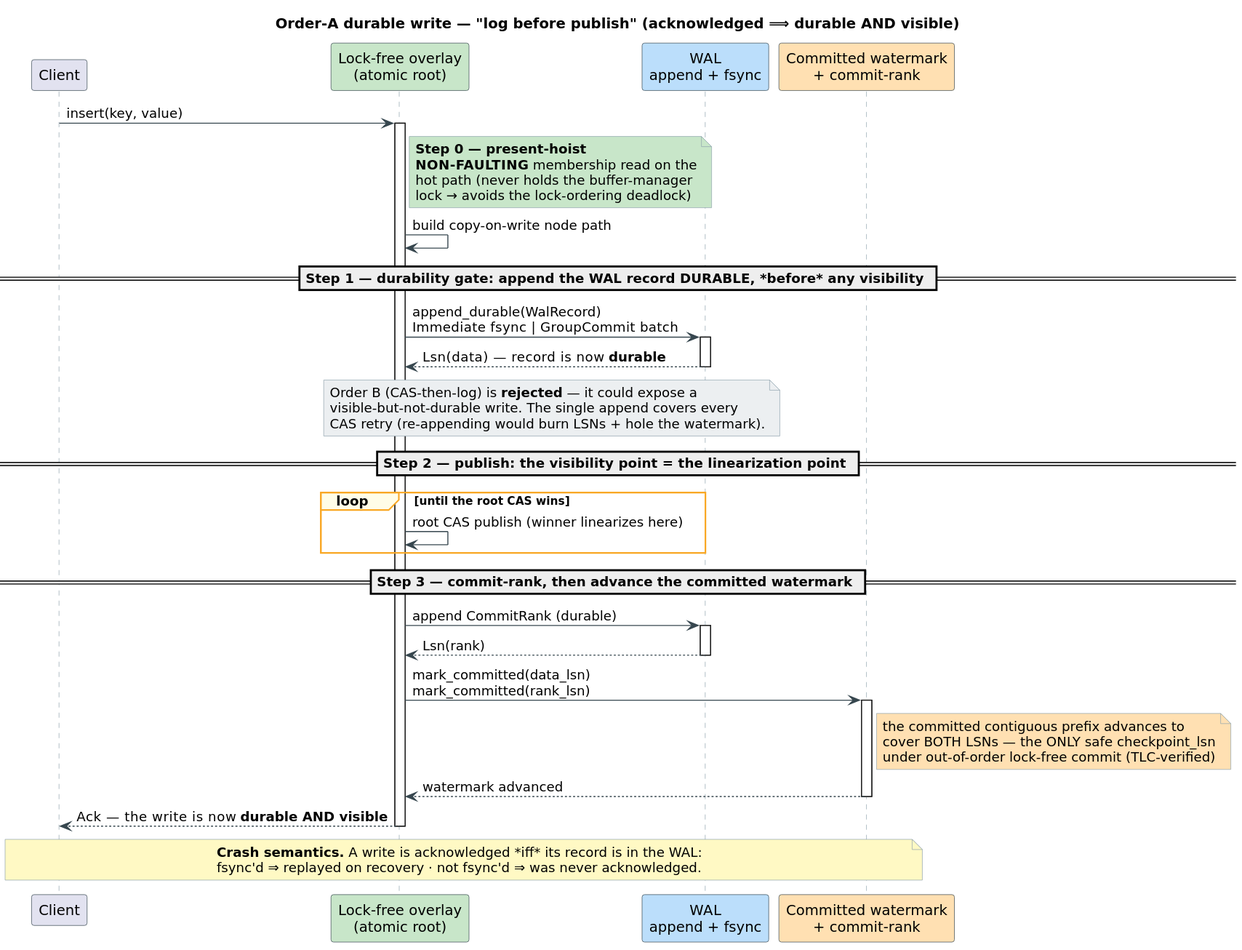
Earlier version of the PlantUML export docs/diagrams/durable-write-sequence.svg (vinary-tree/libdictenstein). Its source is kept beside it as docs/diagrams/src/durable-write-sequence.puml. Its diagram source:
```plantuml
@startuml durable-write-sequence
skinparam backgroundColor #FFFFFF
skinparam defaultFontName "DejaVu Sans"
skinparam shadowing false
skinparam sequenceArrowColor #37474F
skinparam sequenceLifeLineBorderColor #90A4AE
skinparam sequenceGroupBorderColor #F9A825
skinparam sequenceGroupBackgroundColor #FFFDE7
skinparam noteBackgroundColor #ECEFF1
skinparam noteBorderColor #90A4AE
skinparam participantBorderColor #37474F

title Order-A durable write — "log before publish" (acknowledged ⟹ durable AND visible)

participant "Client" as C
participant "Lock-free overlay\n(atomic root)" as O #C8E6C9
participant "WAL\nappend + fsync" as W #BBDEFB
participant "Committed watermark\n+ commit-rank" as M #FFE0B2

C -> O : insert(key, value)
activate O
note right of O #C8E6C9 : **Step 0 — present-hoist**\n**NON-FAULTING** membership read on the\nhot path (never holds the buffer-manager\nlock → avoids the lock-ordering deadlock)
O -> O : build copy-on-write node path

== Step 1 — durability gate:  append the WAL record DURABLE, *before* any visibility ==
O -> W : append_durable(WalRecord)\nImmediate fsync  |  GroupCommit batch
activate W
W --> O : Lsn(data)  —  record is now **durable**
deactivate W
note over O, W : Order B (CAS-then-log) is **rejected** — it could expose a\nvisible-but-not-durable write. The single append covers every\nCAS retry (re-appending would burn LSNs + hole the watermark).

== Step 2 — publish:  the visibility point = the linearization point ==
loop until the root CAS wins
  O -> O : root CAS publish (winner linearizes here)
end

== Step 3 — commit-rank, then advance the committed watermark ==
O -> W : append CommitRank (durable)
activate W
W --> O : Lsn(rank)
deactivate W
O -> M : mark_committed(data_lsn)\nmark_committed(rank_lsn)
activate M
note right of M #FFE0B2 : the committed contiguous prefix advances to\ncover BOTH LSNs — the ONLY safe checkpoint_lsn\nunder out-of-order lock-free commit (TLC-verified)
M --> O : watermark advanced
deactivate M

O --> C : Ack  —  the write is now **durable AND visible**
deactivate O

note across #FFF9C4 : **Crash semantics.** A write is acknowledged *iff* its record is in the WAL:\nfsync'd ⇒ replayed on recovery · not fsync'd ⇒ was never acknowledged.
@enduml
```
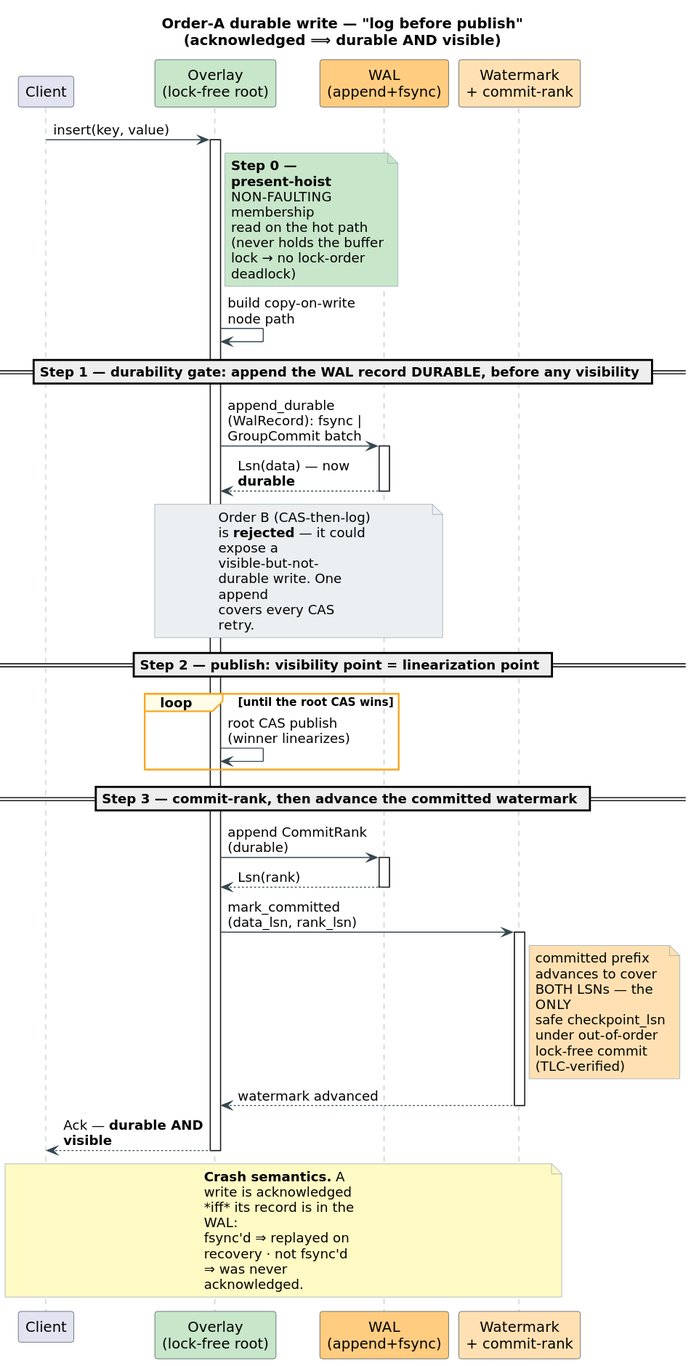
Later version of the same file.

What changed in the source:
```diff
@@ -1,6 +1,8 @@
 @startuml durable-write-sequence
 skinparam backgroundColor #FFFFFF
 skinparam defaultFontName "DejaVu Sans"
+skinparam wrapWidth 150
+skinparam maxMessageSize 150
 skinparam shadowing false
 skinparam sequenceArrowColor #37474F
 skinparam sequenceLifeLineBorderColor #90A4AE
@@ -10,43 +12,67 @@
 skinparam noteBorderColor #90A4AE
 skinparam participantBorderColor #37474F
 
-title Order-A durable write — "log before publish" (acknowledged ⟹ durable AND visible)
+title Order-A durable write — "log before publish"\n(acknowledged ⟹ durable AND visible)
 
 participant "Client" as C
-participant "Lock-free overlay\n(atomic root)" as O #C8E6C9
-participant "WAL\nappend + fsync" as W #BBDEFB
-participant "Committed watermark\n+ commit-rank" as M #FFE0B2
+participant "Overlay\n(lock-free root)" as O #C8E6C9
+participant "WAL\n(append+fsync)" as W #FFCC80
+participant "Watermark\n+ commit-rank" as M #FFE0B2
 
 C -> O : insert(key, value)
 activate O
-note right of O #C8E6C9 : **Step 0 — present-hoist**\n**NON-FAULTING** membership read on the\nhot path (never holds the buffer-manager\nlock → avoids the lock-ordering deadlock)
-O -> O : build copy-on-write node path
+note right of O #C8E6C9
+  **Step 0 — present-hoist**
+  NON-FAULTING membership
+  read on the hot path
+  (never holds the buffer
+  lock → no lock-order
+  deadlock)
+end note
+O -> O : build copy-on-write\nnode path
 
-== Step 1 — durability gate:  append the WAL record DURABLE, *before* any visibility ==
-O -> W : append_durable(WalRecord)\nImmediate fsync  |  GroupCommit batch
+== Step 1 — durability gate: append the WAL record DURABLE, before any visibility ==
+O -> W : append_durable\n(WalRecord): fsync |\nGroupCommit batch
 activate W
-W --> O : Lsn(data)  —  record is now **durable**
+W --> O : Lsn(data) — now **durable**
 deactivate W
-note over O, W : Order B (CAS-then-log) is **rejected** — it could expose a\nvisible-but-not-durable write. The single append covers every\nCAS retry (re-appending would burn LSNs + hole the watermark).
+note over O, W
+  Order B (CAS-then-log)
+  is **rejected** — it could
+  expose a visible-but-not-
+  durable write. One append
+  covers every CAS retry.
+end note
 
-== Step 2 — publish:  the visibility point = the linearization point ==
+== Step 2 — publish: visibility point = linearization point ==
 loop until the root CAS wins
-  O -> O : root CAS publish (winner linearizes here)
+  O -> O : root CAS publish\n(winner linearizes)
 end
 
 == Step 3 — commit-rank, then advance the committed watermark ==
-O -> W : append CommitRank (durable)
+O -> W : append CommitRank\n(durable)
 activate W
 W --> O : Lsn(rank)
 deactivate W
-O -> M : mark_committed(data_lsn)\nmark_committed(rank_lsn)
+O -> M : mark_committed\n(data_lsn, rank_lsn)
 activate M
-note right of M #FFE0B2 : the committed contiguous prefix advances to\ncover BOTH LSNs — the ONLY safe checkpoint_lsn\nunder out-of-order lock-free commit (TLC-verified)
+note right of M #FFE0B2
+  committed prefix
+  advances to cover
+  BOTH LSNs — the ONLY
+  safe checkpoint_lsn
+  under out-of-order
+  lock-free commit
+  (TLC-verified)
+end note
 M --> O : watermark advanced
 deactivate M
 
-O --> C : Ack  —  the write is now **durable AND visible**
+O --> C : Ack — **durable AND visible**
 deactivate O
 
-note across #FFF9C4 : **Crash semantics.** A write is acknowledged *iff* its record is in the WAL:\nfsync'd ⇒ replayed on recovery · not fsync'd ⇒ was never acknowledged.
+note across #FFF9C4
+  **Crash semantics.** A write is acknowledged *iff* its record is in the WAL:
+  fsync'd ⇒ replayed on recovery · not fsync'd ⇒ was never acknowledged.
+end note
 @enduml
```
